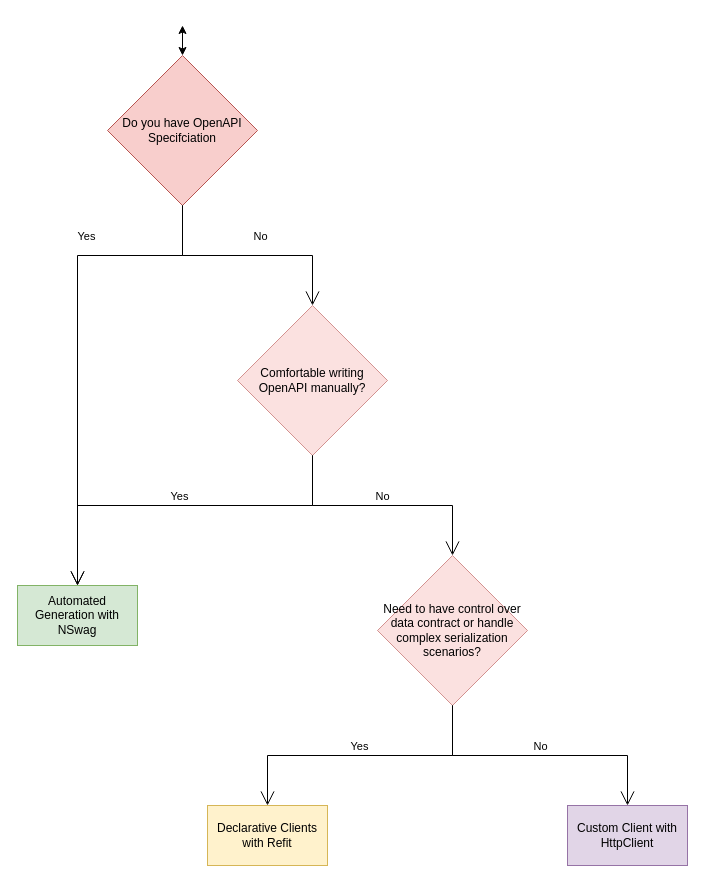
Above: page "Page-1" (1 of 2) of assets/http-client-sdk-design-decision-chart.drawio in NikiforovAll/http-sdk-guide (draw.io), before the change. Source tidied: cells renumbered, new cells numbered last; positions are measured from the earlier drawing's top-left corner, leaving out a move shared by most shapes. Both pictures are drawn from the tidied source at 100%, with x=0, y=0 at pixel (17, 25).
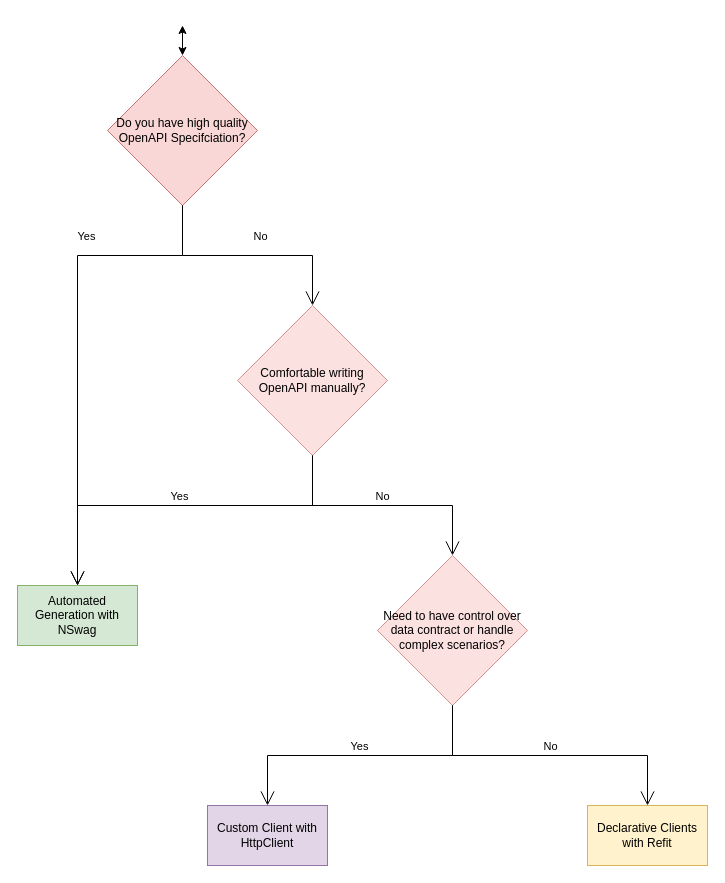
Above is the later version.

Commit message:
adjust diagram

Diff of the diagram source:
```diff
@@
-    <mxCell id="2" value="Do you have OpenAPI Specifciation" style="rhombus;whiteSpace=wrap;html=1;fillColor=#f8cecc;strokeColor=#b85450;" parent="1" vertex="1">
+    <mxCell id="2" value="Do you have high quality OpenAPI Specifciation?" style="rhombus;whiteSpace=wrap;html=1;fillColor=#f8cecc;strokeColor=#b85450;opacity=80;" parent="1" vertex="1">
       <mxGeometry x="90" y="30" width="150" height="150" as="geometry" />
     </mxCell>
@@
-    <mxCell id="9" value="&lt;font style=&quot;font-size: 12px&quot;&gt;Need to have control over data contract or handle complex serialization scenarios?&lt;/font&gt;" style="rhombus;whiteSpace=wrap;html=1;fillColor=#f8cecc;strokeColor=#b85450;opacity=60;" parent="1" vertex="1">
+    <mxCell id="9" value="&lt;font style=&quot;font-size: 12px&quot;&gt;Need to have control over &lt;br&gt;data contract or handle complex scenarios?&lt;/font&gt;" style="rhombus;whiteSpace=wrap;html=1;fillColor=#f8cecc;strokeColor=#b85450;opacity=60;" parent="1" vertex="1">
       <mxGeometry x="360" y="530" width="150" height="150" as="geometry" />
     </mxCell>
-    <mxCell id="10" value="No" style="edgeStyle=elbowEdgeStyle;html=1;elbow=vertical;verticalAlign=bottom;endArrow=open;rounded=0;labelBackgroundColor=none;endSize=12;exitX=0.5;exitY=1;exitDx=0;exitDy=0;entryX=0.5;entryY=0;entryDx=0;entryDy=0;" parent="1" edge="1" source="9" target="14">
+    <mxCell id="10" value="No" style="edgeStyle=elbowEdgeStyle;html=1;elbow=vertical;verticalAlign=bottom;endArrow=open;rounded=0;labelBackgroundColor=none;endSize=12;exitX=0.5;exitY=1;exitDx=0;exitDy=0;entryX=0.5;entryY=0;entryDx=0;entryDy=0;" parent="1" edge="1" source="9" target="12">
       <mxGeometry relative="1" as="geometry">
         <Array as="points">
           <mxPoint x="585" y="730" />
           <mxPoint x="545" y="730" />
           <mxPoint x="465" y="730" />
         </Array>
       </mxGeometry>
     </mxCell>
@@
     <mxCell id="12" value="&lt;font color=&quot;#000000&quot;&gt;Declarative Clients with Refit&lt;/font&gt;" style="rounded=0;whiteSpace=wrap;html=1;fillColor=#fff2cc;strokeColor=#d6b656;" parent="1" vertex="1">
-      <mxGeometry x="190" y="780" width="120" height="60" as="geometry" />
+      <mxGeometry x="570" y="780" width="120" height="60" as="geometry" />
     </mxCell>
@@
     <mxCell id="14" value="&lt;font color=&quot;#000000&quot;&gt;Custom Client with HttpClient&lt;/font&gt;" style="rounded=0;whiteSpace=wrap;html=1;fillColor=#e1d5e7;strokeColor=#9673a6;" parent="1" vertex="1">
-      <mxGeometry x="550" y="780" width="120" height="60" as="geometry" />
+      <mxGeometry x="190" y="780" width="120" height="60" as="geometry" />
     </mxCell>
```
